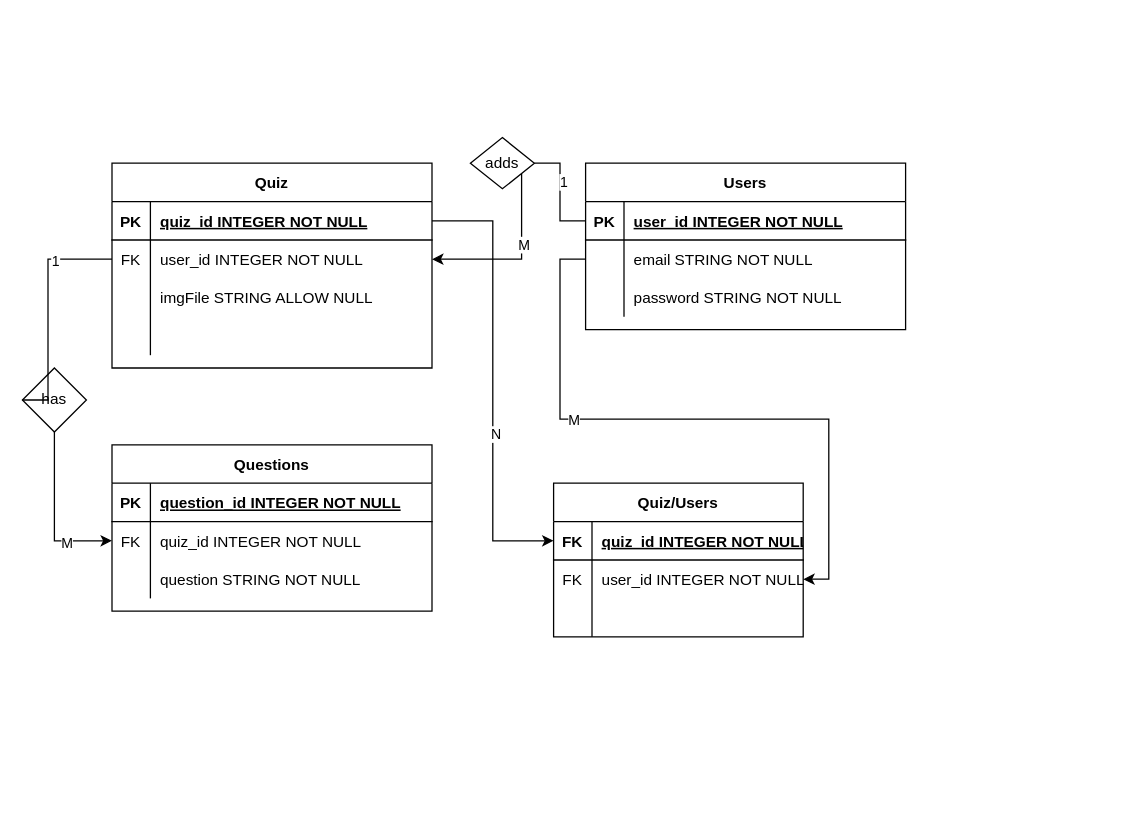
Before: assets/quizzy-diagram/quizzy.drawio in niklas-f-a/Quizzy-backend, a draw.io diagram. Source tidied: cells renumbered, new cells numbered last; positions are measured from the earlier drawing's top-left corner, leaving out a move shared by most shapes. Both pictures are drawn from the tidied source at 128%, with x=0, y=0 at pixel (22, 137).
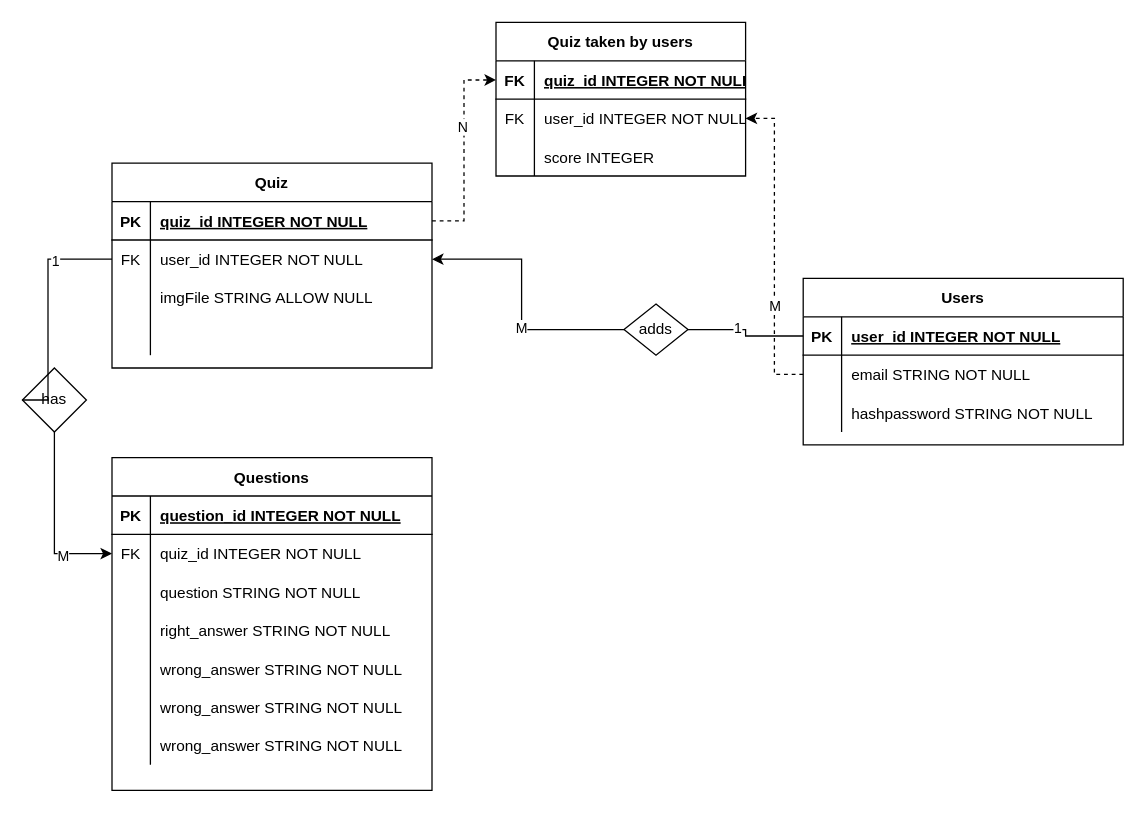
The same page after the edit.

The change refers to these unchanged cells:
```xml
<mxCell id="6" style="shape=partialRectangle;fillColor=none;points=[[0,0.5],[1,0.5]];portConstraint=eastwest;top=0;left=0;right=0;bottom=0;" parent="2" vertex="1">
  <mxGeometry y="60" width="250" height="30" as="geometry" />
</mxCell>
<mxCell id="9" style="shape=partialRectangle;fillColor=none;top=0;left=0;right=0;bottom=0;" parent="2" vertex="1">
  <mxGeometry y="90" width="250" height="30" as="geometry" />
</mxCell>
<mxCell id="23" style="shape=partialRectangle;fillColor=none;points=[[0,0.5],[1,0.5]];portConstraint=eastwest;top=0;left=0;right=0;bottom=1;" parent="22" vertex="1">
  <mxGeometry y="30" width="250" height="30" as="geometry" />
</mxCell>
<mxCell id="46" style="shape=partialRectangle;fillColor=none;points=[[0,0.5],[1,0.5]];portConstraint=eastwest;top=0;left=0;right=0;bottom=1;" parent="45" vertex="1">
  <mxGeometry y="30" width="195" height="30" as="geometry" />
</mxCell>
<mxCell id="49" style="shape=partialRectangle;fillColor=none;points=[[0,0.5],[1,0.5]];portConstraint=eastwest;top=0;left=0;right=0;bottom=0;" parent="45" vertex="1">
  <mxGeometry y="60" width="195" height="30" as="geometry" />
</mxCell>
<mxCell id="52" style="shape=partialRectangle;fillColor=none;top=0;left=0;right=0;bottom=0;" parent="45" vertex="1">
  <mxGeometry y="90" width="195" height="30" as="geometry" />
</mxCell>
```

The edit, as a diff of the source:
```diff
@@
     <mxCell id="2" value="Users" style="shape=table;startSize=30;childLayout=tableLayout;rowLines=0;fontStyle=1;align=center;" parent="1" vertex="1">
-      <mxGeometry x="440" y="20" width="250" height="130" as="geometry" />
+      <mxGeometry x="610" y="110" width="250" height="130" as="geometry" />
     </mxCell>
@@
-    <mxCell id="11" value="password STRING NOT NULL" style="shape=partialRectangle;overflow=hidden;fillColor=none;top=0;left=0;bottom=0;right=0;align=left;spacingLeft=6;" parent="9" vertex="1">
+    <mxCell id="11" value="hashpassword STRING NOT NULL" style="shape=partialRectangle;overflow=hidden;fillColor=none;top=0;left=0;bottom=0;right=0;align=left;spacingLeft=6;" parent="9" vertex="1">
       <mxGeometry x="30" width="220" height="30" as="geometry" />
     </mxCell>
     <mxCell id="12" value="Questions" style="shape=table;startSize=30;childLayout=tableLayout;rowLines=0;fontStyle=1;align=center;" parent="1" vertex="1">
-      <mxGeometry x="70" y="240" width="250" height="130" as="geometry" />
+      <mxGeometry x="70" y="250" width="250" height="260" as="geometry" />
     </mxCell>
@@
+    <mxCell id="59" style="shape=partialRectangle;fillColor=none;top=0;left=0;right=0;bottom=0;" parent="12" vertex="1">
+      <mxGeometry y="120" width="250" height="30" as="geometry" />
+    </mxCell>
+    <mxCell id="60" style="shape=partialRectangle;overflow=hidden;fillColor=none;top=0;left=0;bottom=0;right=0;" parent="59" vertex="1">
+      <mxGeometry width="30" height="30" as="geometry" />
+    </mxCell>
+    <mxCell id="61" value="right_answer STRING NOT NULL" style="shape=partialRectangle;overflow=hidden;fillColor=none;top=0;left=0;bottom=0;right=0;align=left;spacingLeft=6;" parent="59" vertex="1">
+      <mxGeometry x="30" width="220" height="30" as="geometry" />
+    </mxCell>
+    <mxCell id="62" style="shape=partialRectangle;fillColor=none;top=0;left=0;right=0;bottom=0;" parent="12" vertex="1">
+      <mxGeometry y="150" width="250" height="30" as="geometry" />
+    </mxCell>
+    <mxCell id="63" style="shape=partialRectangle;overflow=hidden;fillColor=none;top=0;left=0;bottom=0;right=0;" parent="62" vertex="1">
+      <mxGeometry width="30" height="30" as="geometry" />
+    </mxCell>
+    <mxCell id="64" value="wrong_answer STRING NOT NULL" style="shape=partialRectangle;overflow=hidden;fillColor=none;top=0;left=0;bottom=0;right=0;align=left;spacingLeft=6;" parent="62" vertex="1">
+      <mxGeometry x="30" width="220" height="30" as="geometry" />
+    </mxCell>
+    <mxCell id="65" style="shape=partialRectangle;fillColor=none;top=0;left=0;right=0;bottom=0;" parent="12" vertex="1">
+      <mxGeometry y="180" width="250" height="30" as="geometry" />
+    </mxCell>
+    <mxCell id="66" style="shape=partialRectangle;overflow=hidden;fillColor=none;top=0;left=0;bottom=0;right=0;" parent="65" vertex="1">
+      <mxGeometry width="30" height="30" as="geometry" />
+    </mxCell>
+    <mxCell id="67" value="wrong_answer STRING NOT NULL" style="shape=partialRectangle;overflow=hidden;fillColor=none;top=0;left=0;bottom=0;right=0;align=left;spacingLeft=6;" parent="65" vertex="1">
+      <mxGeometry x="30" width="220" height="30" as="geometry" />
+    </mxCell>
+    <mxCell id="68" style="shape=partialRectangle;fillColor=none;top=0;left=0;right=0;bottom=0;" parent="12" vertex="1">
+      <mxGeometry y="210" width="250" height="30" as="geometry" />
+    </mxCell>
+    <mxCell id="69" style="shape=partialRectangle;overflow=hidden;fillColor=none;top=0;left=0;bottom=0;right=0;" parent="68" vertex="1">
+      <mxGeometry width="30" height="30" as="geometry" />
+    </mxCell>
+    <mxCell id="70" value="wrong_answer STRING NOT NULL" style="shape=partialRectangle;overflow=hidden;fillColor=none;top=0;left=0;bottom=0;right=0;align=left;spacingLeft=6;" parent="68" vertex="1">
+      <mxGeometry x="30" width="220" height="30" as="geometry" />
+    </mxCell>
@@
     <mxCell id="39" value="adds" style="rhombus;whiteSpace=wrap;html=1;" parent="1" vertex="1">
-      <mxGeometry x="350" width="50" height="40" as="geometry" />
+      <mxGeometry x="470" y="130" width="50" height="40" as="geometry" />
     </mxCell>
@@
-    <mxCell id="45" value="Quiz/Users" style="shape=table;startSize=30;childLayout=tableLayout;rowLines=0;fontStyle=1;align=center;" parent="1" vertex="1">
-      <mxGeometry x="415" y="270" width="195" height="120" as="geometry" />
+    <mxCell id="45" value="Quiz taken by users" style="shape=table;startSize=30;childLayout=tableLayout;rowLines=0;fontStyle=1;align=center;" parent="1" vertex="1">
+      <mxGeometry x="370" y="-90" width="195" height="120" as="geometry" />
     </mxCell>
@@
-    <mxCell id="54" style="shape=partialRectangle;overflow=hidden;fillColor=none;top=0;left=0;bottom=0;right=0;align=left;spacingLeft=6;" parent="52" vertex="1">
+    <mxCell id="54" value="score INTEGER" style="shape=partialRectangle;overflow=hidden;fillColor=none;top=0;left=0;bottom=0;right=0;align=left;spacingLeft=6;" parent="52" vertex="1">
       <mxGeometry x="30" width="165" height="30" as="geometry" />
     </mxCell>
-    <mxCell id="55" style="edgeStyle=orthogonalEdgeStyle;rounded=0;jettySize=auto;html=1;entryX=1;entryY=0.5;entryDx=0;entryDy=0;" parent="1" edge="1" source="6" target="49">
+    <mxCell id="55" style="edgeStyle=orthogonalEdgeStyle;rounded=0;jettySize=auto;html=1;entryX=1;entryY=0.5;entryDx=0;entryDy=0;dashed=1;" parent="1" edge="1" source="6" target="49">
       <mxGeometry relative="1" as="geometry" />
     </mxCell>
@@
-    <mxCell id="57" style="edgeStyle=orthogonalEdgeStyle;rounded=0;jettySize=auto;html=1;exitX=1;exitY=0.5;exitDx=0;exitDy=0;entryX=0;entryY=0.5;entryDx=0;entryDy=0;" parent="1" edge="1" source="23" target="46">
+    <mxCell id="57" style="edgeStyle=orthogonalEdgeStyle;rounded=0;jettySize=auto;html=1;exitX=1;exitY=0.5;exitDx=0;exitDy=0;entryX=0;entryY=0.5;entryDx=0;entryDy=0;dashed=1;" parent="1" edge="1" source="23" target="46">
       <mxGeometry relative="1" as="geometry" />
     </mxCell>
```
